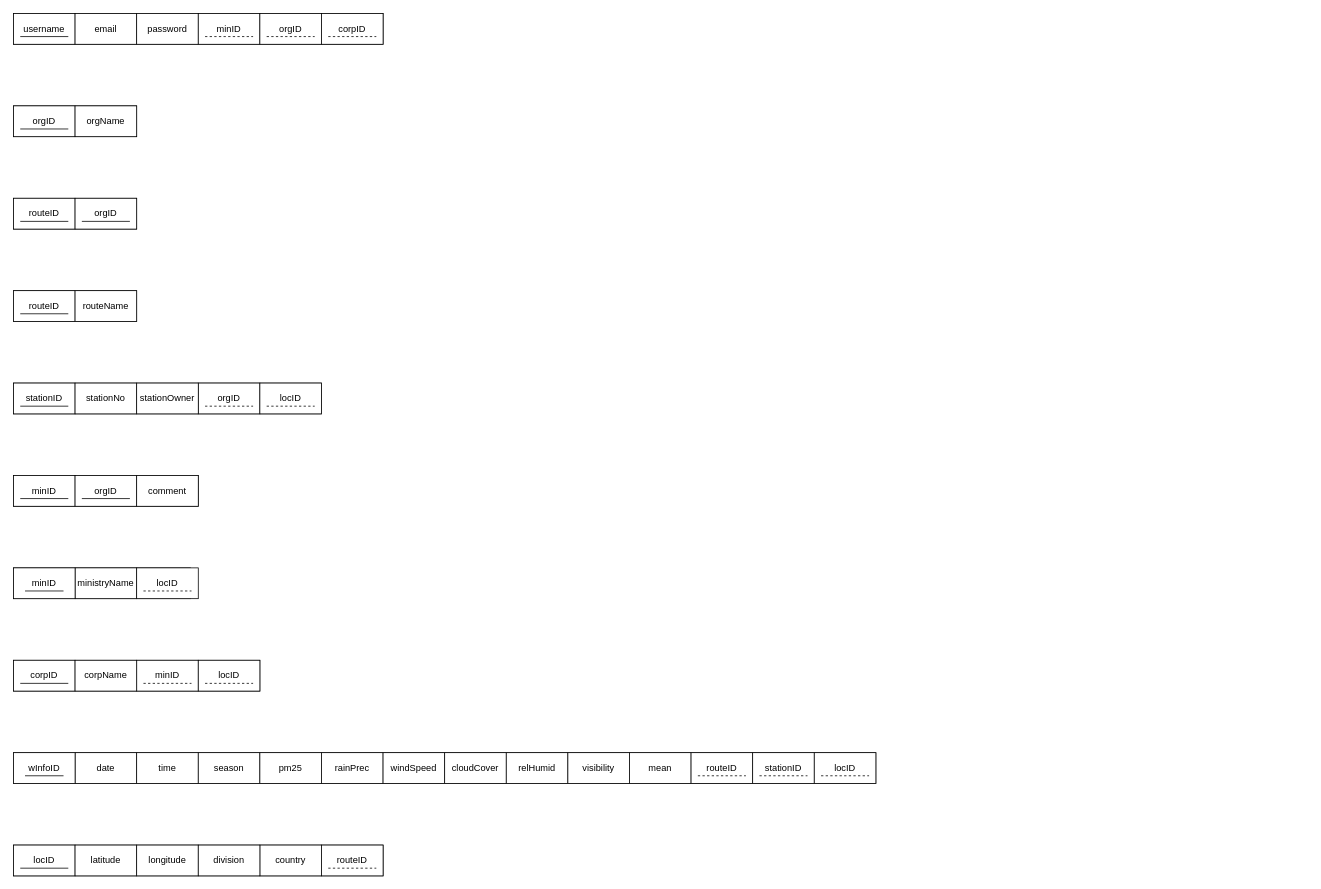
The draw.io diagram z-design/Normalisation.drawio in zorojuro75/CSE303-sec-03-Group-03, before the edit. Source tidied: cells renumbered, new cells numbered last; positions are measured from the earlier drawing's top-left corner, leaving out a move shared by most shapes. Both pictures are drawn from the tidied source at 77%, with x=0, y=0 at pixel (13, 13).
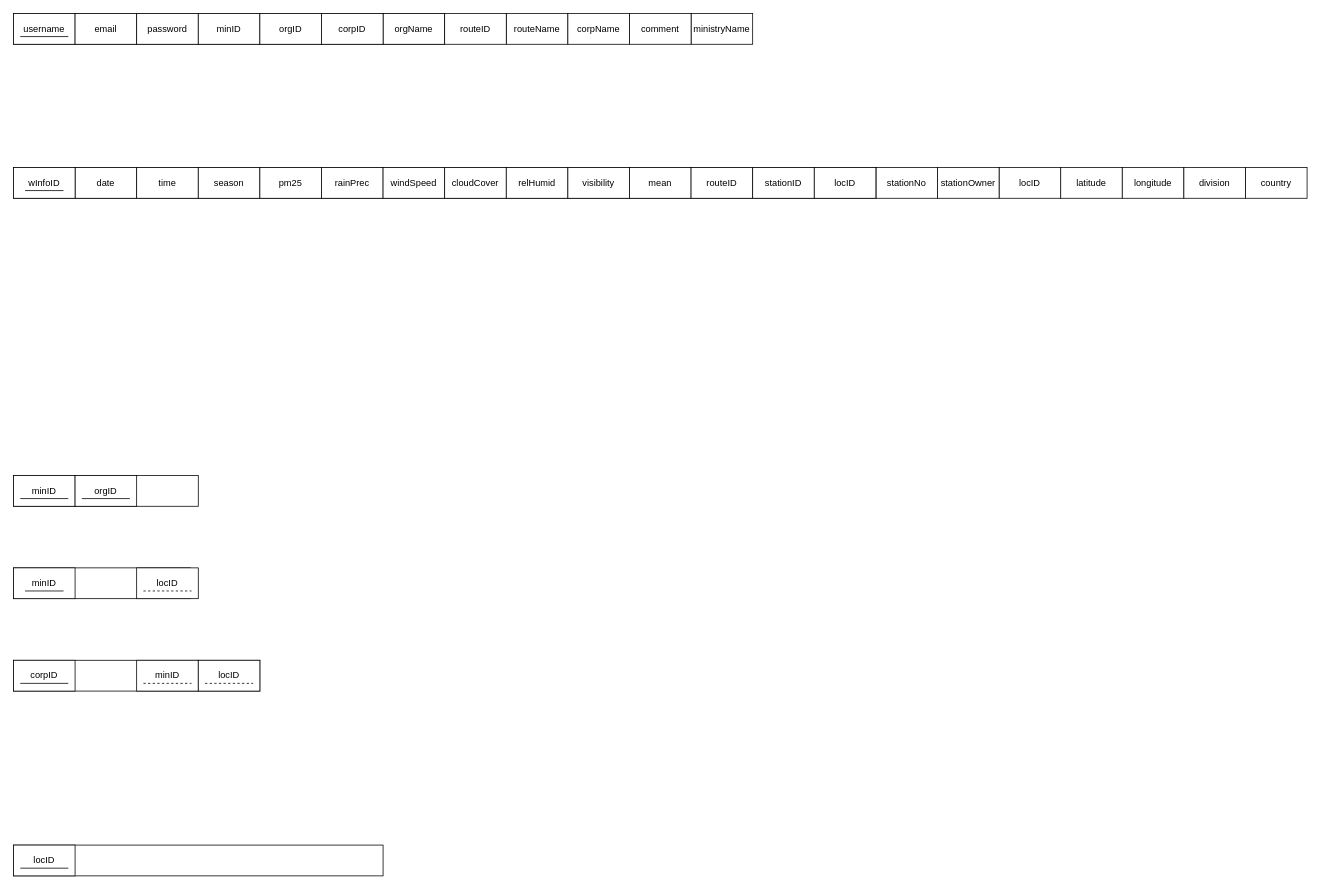
Above is the later version.

Diff of the diagram source:
```diff
@@
     <mxCell id="2" style="rounded=0;whiteSpace=wrap;html=1;" parent="1" vertex="1">
-      <mxGeometry width="480" height="40" as="geometry" />
+      <mxGeometry width="560" height="40" as="geometry" />
     </mxCell>
@@
-    <mxCell id="6" style="rounded=0;whiteSpace=wrap;html=1;" parent="1" vertex="1">
-      <mxGeometry y="120" width="160" height="40" as="geometry" />
-    </mxCell>
-    <mxCell id="7" value="orgID" style="rounded=0;whiteSpace=wrap;html=1;" parent="1" vertex="1">
-      <mxGeometry y="120" width="80" height="40" as="geometry" />
-    </mxCell>
     <mxCell id="8" value="orgName" style="rounded=0;whiteSpace=wrap;html=1;" parent="1" vertex="1">
-      <mxGeometry x="80" y="120" width="80" height="40" as="geometry" />
+      <mxGeometry x="480" width="80" height="40" as="geometry" />
     </mxCell>
-    <mxCell id="9" style="rounded=0;whiteSpace=wrap;html=1;" parent="1" vertex="1">
-      <mxGeometry y="360" width="160" height="40" as="geometry" />
-    </mxCell>
-    <mxCell id="10" value="routeID" style="rounded=0;whiteSpace=wrap;html=1;" parent="1" vertex="1">
-      <mxGeometry y="360" width="80" height="40" as="geometry" />
-    </mxCell>
     <mxCell id="11" value="routeName" style="rounded=0;whiteSpace=wrap;html=1;" parent="1" vertex="1">
-      <mxGeometry x="80" y="360" width="80" height="40" as="geometry" />
+      <mxGeometry x="640" width="80" height="40" as="geometry" />
     </mxCell>
@@
     <mxCell id="13" value="ministryName" style="rounded=0;whiteSpace=wrap;html=1;" parent="1" vertex="1">
-      <mxGeometry x="80" y="720" width="80" height="40" as="geometry" />
+      <mxGeometry x="880" width="80" height="40" as="geometry" />
     </mxCell>
-    <mxCell id="14" style="rounded=0;whiteSpace=wrap;html=1;" parent="1" vertex="1">
-      <mxGeometry y="480" width="400" height="40" as="geometry" />
-    </mxCell>
-    <mxCell id="15" value="stationID" style="rounded=0;whiteSpace=wrap;html=1;" parent="1" vertex="1">
-      <mxGeometry y="480" width="80" height="40" as="geometry" />
-    </mxCell>
     <mxCell id="16" value="stationNo" style="rounded=0;whiteSpace=wrap;html=1;" parent="1" vertex="1">
-      <mxGeometry x="80" y="480" width="80" height="40" as="geometry" />
+      <mxGeometry x="1120" y="200" width="80" height="40" as="geometry" />
     </mxCell>
@@
-    <mxCell id="18" style="endArrow=none;html=1;rounded=0;" parent="1" edge="1">
-      <mxGeometry relative="1" as="geometry">
-        <mxPoint x="8.8" y="150" as="sourcePoint" />
-        <mxPoint x="71.2" y="150" as="targetPoint" />
-      </mxGeometry>
-    </mxCell>
-    <mxCell id="19" style="endArrow=none;html=1;rounded=0;" parent="1" edge="1">
-      <mxGeometry relative="1" as="geometry">
-        <mxPoint x="8.8" y="390" as="sourcePoint" />
-        <mxPoint x="71.2" y="390" as="targetPoint" />
-      </mxGeometry>
-    </mxCell>
-    <mxCell id="20" style="endArrow=none;html=1;rounded=0;" parent="1" edge="1">
-      <mxGeometry relative="1" as="geometry">
-        <mxPoint x="8.8" y="510" as="sourcePoint" />
-        <mxPoint x="71.2" y="510" as="targetPoint" />
-      </mxGeometry>
-    </mxCell>
@@
-    <mxCell id="29" style="endArrow=none;html=1;rounded=0;dashed=1;" parent="1" edge="1">
-      <mxGeometry relative="1" as="geometry">
-        <mxPoint x="248.8" y="30" as="sourcePoint" />
-        <mxPoint x="311.2" y="30" as="targetPoint" />
-      </mxGeometry>
-    </mxCell>
@@
-    <mxCell id="31" style="endArrow=none;html=1;rounded=0;dashed=1;" parent="1" edge="1">
-      <mxGeometry relative="1" as="geometry">
-        <mxPoint x="328.8" y="30" as="sourcePoint" />
-        <mxPoint x="391.2" y="30" as="targetPoint" />
-      </mxGeometry>
-    </mxCell>
@@
     <mxCell id="40" style="rounded=0;whiteSpace=wrap;html=1;" parent="1" vertex="1">
-      <mxGeometry y="960" width="1120" height="40" as="geometry" />
+      <mxGeometry y="200" width="1120" height="40" as="geometry" />
     </mxCell>
     <mxCell id="41" value="date" style="rounded=0;whiteSpace=wrap;html=1;" parent="1" vertex="1">
-      <mxGeometry x="80" y="960" width="80" height="40" as="geometry" />
+      <mxGeometry x="80" y="200" width="80" height="40" as="geometry" />
     </mxCell>
     <mxCell id="42" value="time" style="rounded=0;whiteSpace=wrap;html=1;" parent="1" vertex="1">
-      <mxGeometry x="160" y="960" width="80" height="40" as="geometry" />
+      <mxGeometry x="160" y="200" width="80" height="40" as="geometry" />
     </mxCell>
@@
     <mxCell id="46" value="latitude" style="rounded=0;whiteSpace=wrap;html=1;" parent="1" vertex="1">
-      <mxGeometry x="80" y="1080" width="80" height="40" as="geometry" />
+      <mxGeometry x="1360" y="200" width="80" height="40" as="geometry" />
     </mxCell>
     <mxCell id="47" value="country" style="rounded=0;whiteSpace=wrap;html=1;" parent="1" vertex="1">
-      <mxGeometry x="320" y="1080" width="80" height="40" as="geometry" />
+      <mxGeometry x="1600" y="200" width="80" height="40" as="geometry" />
     </mxCell>
     <mxCell id="48" value="longitude" style="rounded=0;whiteSpace=wrap;html=1;" parent="1" vertex="1">
-      <mxGeometry x="160" y="1080" width="80" height="40" as="geometry" />
+      <mxGeometry x="1440" y="200" width="80" height="40" as="geometry" />
     </mxCell>
     <mxCell id="49" value="division" style="rounded=0;whiteSpace=wrap;html=1;" parent="1" vertex="1">
-      <mxGeometry x="240" y="1080" width="80" height="40" as="geometry" />
+      <mxGeometry x="1520" y="200" width="80" height="40" as="geometry" />
     </mxCell>
     <mxCell id="50" value="season" style="rounded=0;whiteSpace=wrap;html=1;" parent="1" vertex="1">
-      <mxGeometry x="240" y="960" width="80" height="40" as="geometry" />
+      <mxGeometry x="240" y="200" width="80" height="40" as="geometry" />
     </mxCell>
     <mxCell id="51" value="pm25" style="rounded=0;whiteSpace=wrap;html=1;" parent="1" vertex="1">
-      <mxGeometry x="320" y="960" width="80" height="40" as="geometry" />
+      <mxGeometry x="320" y="200" width="80" height="40" as="geometry" />
     </mxCell>
     <mxCell id="52" value="rainPrec" style="rounded=0;whiteSpace=wrap;html=1;" parent="1" vertex="1">
-      <mxGeometry x="400" y="960" width="80" height="40" as="geometry" />
+      <mxGeometry x="400" y="200" width="80" height="40" as="geometry" />
     </mxCell>
     <mxCell id="53" value="windSpeed" style="rounded=0;whiteSpace=wrap;html=1;" parent="1" vertex="1">
-      <mxGeometry x="480" y="960" width="80" height="40" as="geometry" />
+      <mxGeometry x="480" y="200" width="80" height="40" as="geometry" />
     </mxCell>
     <mxCell id="54" value="cloudCover" style="rounded=0;whiteSpace=wrap;html=1;" parent="1" vertex="1">
-      <mxGeometry x="560" y="960" width="80" height="40" as="geometry" />
+      <mxGeometry x="560" y="200" width="80" height="40" as="geometry" />
     </mxCell>
     <mxCell id="55" value="relHumid" style="rounded=0;whiteSpace=wrap;html=1;" parent="1" vertex="1">
-      <mxGeometry x="640" y="960" width="80" height="40" as="geometry" />
+      <mxGeometry x="640" y="200" width="80" height="40" as="geometry" />
     </mxCell>
     <mxCell id="56" value="visibility" style="rounded=0;whiteSpace=wrap;html=1;" parent="1" vertex="1">
-      <mxGeometry x="720" y="960" width="80" height="40" as="geometry" />
+      <mxGeometry x="720" y="200" width="80" height="40" as="geometry" />
     </mxCell>
     <mxCell id="57" value="mean" style="rounded=0;whiteSpace=wrap;html=1;" parent="1" vertex="1">
-      <mxGeometry x="800" y="960" width="80" height="40" as="geometry" />
+      <mxGeometry x="800" y="200" width="80" height="40" as="geometry" />
     </mxCell>
@@
-    <mxCell id="59" style="endArrow=none;html=1;rounded=0;dashed=1;" parent="1" edge="1">
-      <mxGeometry relative="1" as="geometry">
-        <mxPoint x="408.8" y="30" as="sourcePoint" />
-        <mxPoint x="471.2" y="30" as="targetPoint" />
-      </mxGeometry>
-    </mxCell>
-    <mxCell id="60" style="rounded=0;whiteSpace=wrap;html=1;" parent="1" vertex="1">
-      <mxGeometry y="240" width="160" height="40" as="geometry" />
-    </mxCell>
     <mxCell id="61" value="routeID" style="rounded=0;whiteSpace=wrap;html=1;" parent="1" vertex="1">
-      <mxGeometry y="240" width="80" height="40" as="geometry" />
+      <mxGeometry x="560" width="80" height="40" as="geometry" />
     </mxCell>
-    <mxCell id="62" value="orgID" style="rounded=0;whiteSpace=wrap;html=1;" parent="1" vertex="1">
-      <mxGeometry x="80" y="240" width="80" height="40" as="geometry" />
-    </mxCell>
-    <mxCell id="63" style="endArrow=none;html=1;rounded=0;" parent="1" edge="1">
-      <mxGeometry relative="1" as="geometry">
-        <mxPoint x="8.8" y="270" as="sourcePoint" />
-        <mxPoint x="71.2" y="270" as="targetPoint" />
-      </mxGeometry>
-    </mxCell>
-    <mxCell id="64" style="endArrow=none;html=1;rounded=0;" parent="1" edge="1">
-      <mxGeometry relative="1" as="geometry">
-        <mxPoint x="88.8" y="270" as="sourcePoint" />
-        <mxPoint x="151.2" y="270" as="targetPoint" />
-      </mxGeometry>
-    </mxCell>
-    <mxCell id="65" value="orgID" style="rounded=0;whiteSpace=wrap;html=1;" parent="1" vertex="1">
-      <mxGeometry x="240" y="480" width="80" height="40" as="geometry" />
-    </mxCell>
-    <mxCell id="66" style="endArrow=none;html=1;rounded=0;dashed=1;" parent="1" edge="1">
-      <mxGeometry relative="1" as="geometry">
-        <mxPoint x="248.8" y="510" as="sourcePoint" />
-        <mxPoint x="311.2" y="510" as="targetPoint" />
-      </mxGeometry>
-    </mxCell>
     <mxCell id="67" value="locID" style="rounded=0;whiteSpace=wrap;html=1;" parent="1" vertex="1">
-      <mxGeometry x="320" y="480" width="80" height="40" as="geometry" />
+      <mxGeometry x="1280" y="200" width="80" height="40" as="geometry" />
     </mxCell>
-    <mxCell id="68" style="endArrow=none;html=1;rounded=0;dashed=1;" parent="1" edge="1">
-      <mxGeometry relative="1" as="geometry">
-        <mxPoint x="328.8" y="510" as="sourcePoint" />
-        <mxPoint x="391.2" y="510" as="targetPoint" />
-      </mxGeometry>
-    </mxCell>
-    <mxCell id="69" value="routeID" style="rounded=0;whiteSpace=wrap;html=1;" parent="1" vertex="1">
-      <mxGeometry x="400" y="1080" width="80" height="40" as="geometry" />
-    </mxCell>
-    <mxCell id="70" style="endArrow=none;html=1;rounded=0;dashed=1;" parent="1" edge="1">
-      <mxGeometry relative="1" as="geometry">
-        <mxPoint x="408.8" y="1110" as="sourcePoint" />
-        <mxPoint x="471.2" y="1110" as="targetPoint" />
-      </mxGeometry>
-    </mxCell>
     <mxCell id="71" value="routeID" style="rounded=0;whiteSpace=wrap;html=1;" parent="1" vertex="1">
-      <mxGeometry x="880" y="960" width="80" height="40" as="geometry" />
+      <mxGeometry x="880" y="200" width="80" height="40" as="geometry" />
     </mxCell>
-    <mxCell id="72" style="endArrow=none;html=1;rounded=0;dashed=1;" parent="1" edge="1">
-      <mxGeometry relative="1" as="geometry">
-        <mxPoint x="888.8" y="990" as="sourcePoint" />
-        <mxPoint x="951.2" y="990" as="targetPoint" />
-      </mxGeometry>
-    </mxCell>
     <mxCell id="73" value="wInfoID" style="rounded=0;whiteSpace=wrap;html=1;" parent="1" vertex="1">
-      <mxGeometry y="960" width="80" height="40" as="geometry" />
+      <mxGeometry y="200" width="80" height="40" as="geometry" />
     </mxCell>
     <mxCell id="74" value="corpName" style="rounded=0;whiteSpace=wrap;html=1;" parent="1" vertex="1">
-      <mxGeometry x="80" y="840" width="80" height="40" as="geometry" />
+      <mxGeometry x="720" width="80" height="40" as="geometry" />
     </mxCell>
     <mxCell id="75" value="comment" style="rounded=0;whiteSpace=wrap;html=1;" parent="1" vertex="1">
-      <mxGeometry x="160" y="600" width="80" height="40" as="geometry" />
+      <mxGeometry x="800" width="80" height="40" as="geometry" />
     </mxCell>
     <mxCell id="76" style="endArrow=none;html=1;rounded=0;" parent="1" edge="1">
       <mxGeometry relative="1" as="geometry">
-        <mxPoint x="15" y="990" as="sourcePoint" />
-        <mxPoint x="65" y="990" as="targetPoint" />
+        <mxPoint x="15" y="230" as="sourcePoint" />
+        <mxPoint x="65" y="230" as="targetPoint" />
       </mxGeometry>
     </mxCell>
@@
     <mxCell id="78" value="stationID" style="rounded=0;whiteSpace=wrap;html=1;" parent="1" vertex="1">
-      <mxGeometry x="960" y="960" width="80" height="40" as="geometry" />
+      <mxGeometry x="960" y="200" width="80" height="40" as="geometry" />
     </mxCell>
-    <mxCell id="79" style="endArrow=none;html=1;rounded=0;dashed=1;" parent="1" edge="1">
-      <mxGeometry relative="1" as="geometry">
-        <mxPoint x="968.8" y="990" as="sourcePoint" />
-        <mxPoint x="1031.2" y="990" as="targetPoint" />
-      </mxGeometry>
-    </mxCell>
     <mxCell id="80" value="stationOwner" style="rounded=0;whiteSpace=wrap;html=1;" parent="1" vertex="1">
-      <mxGeometry x="160" y="480" width="80" height="40" as="geometry" />
+      <mxGeometry x="1200" y="200" width="80" height="40" as="geometry" />
     </mxCell>
     <mxCell id="81" value="locID" style="rounded=0;whiteSpace=wrap;html=1;" parent="1" vertex="1">
-      <mxGeometry x="1040" y="960" width="80" height="40" as="geometry" />
+      <mxGeometry x="1040" y="200" width="80" height="40" as="geometry" />
     </mxCell>
-    <mxCell id="82" style="endArrow=none;html=1;rounded=0;dashed=1;" parent="1" edge="1">
-      <mxGeometry relative="1" as="geometry">
-        <mxPoint x="1048.8" y="990" as="sourcePoint" />
-        <mxPoint x="1111.2" y="990" as="targetPoint" />
-      </mxGeometry>
-    </mxCell>
```
